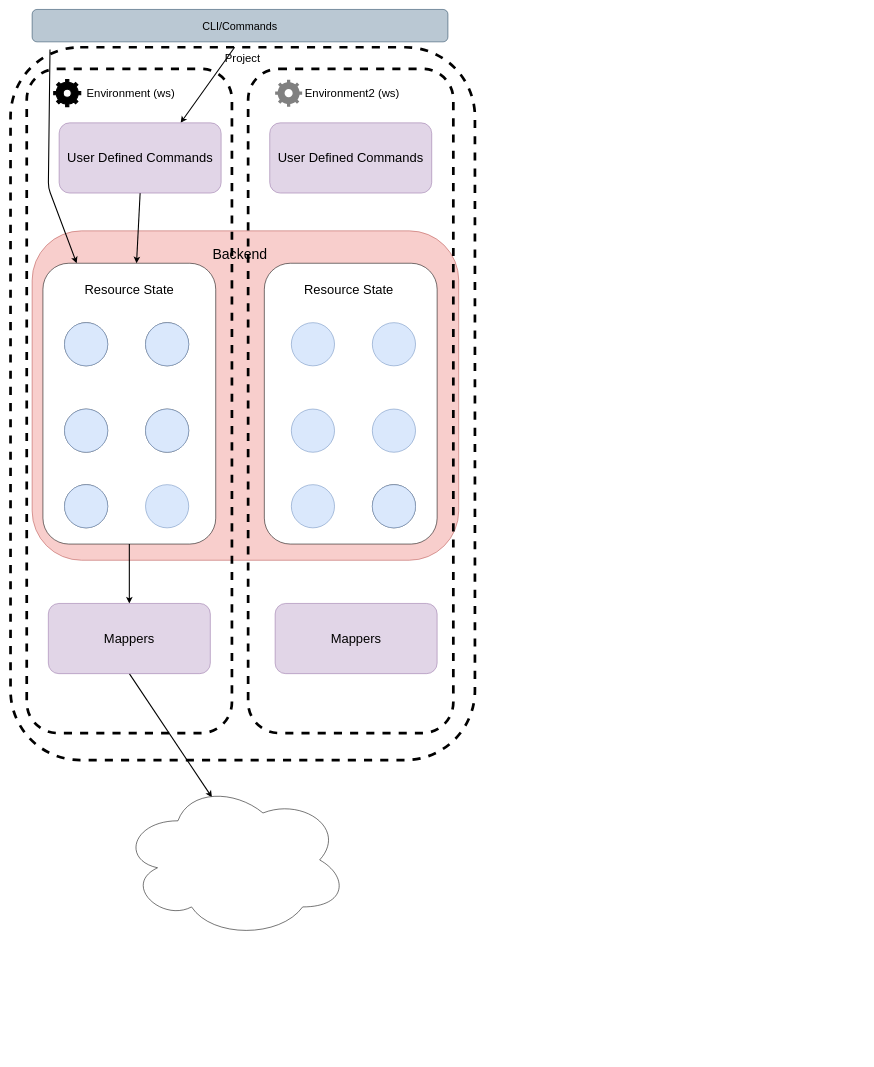
cdev-framework/cdev-sdk keeps this draw.io diagram as architecture/cdev.drawio. Above is the earlier version. Source tidied: cells renumbered, new cells numbered last; positions are measured from the earlier drawing's top-left corner, leaving out a move shared by most shapes. Both pictures are drawn from the tidied source at 54%, with x=0, y=0 at pixel (10, 9).
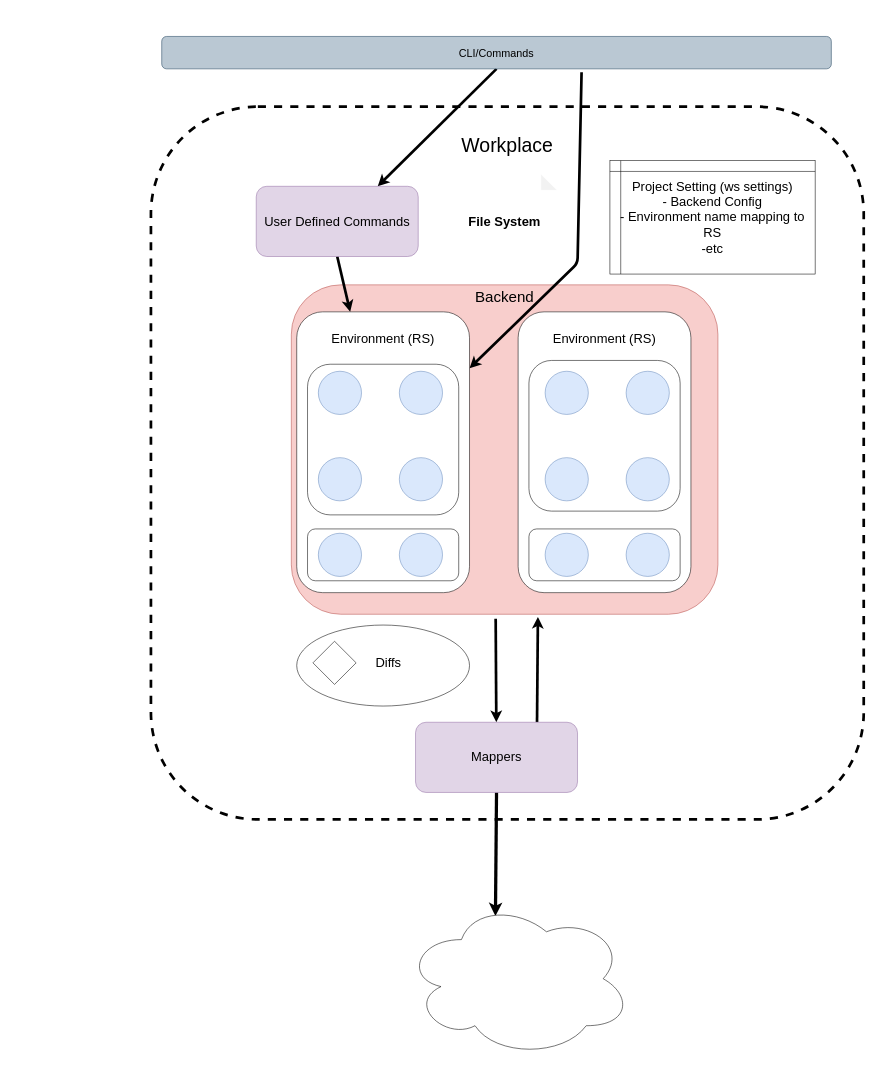
After the change.

Commit message (it also covers changes not shown here):
update architecture diagrams

The edit, as a diff of the source:
```diff
@@
-    <mxCell id="2" value="&lt;span style=&quot;font-size: 21px&quot;&gt;Project&lt;/span&gt;" style="rounded=1;whiteSpace=wrap;html=1;dashed=1;fillColor=none;strokeWidth=5;verticalAlign=top;align=center;" parent="1" vertex="1">
-      <mxGeometry y="70" width="860" height="1320" as="geometry" />
-    </mxCell>
+    <mxCell id="40" value="&lt;font style=&quot;font-size: 36px&quot;&gt;&lt;br&gt;Workplace&lt;/font&gt;" style="rounded=1;whiteSpace=wrap;html=1;dashed=1;fillColor=none;strokeWidth=5;verticalAlign=top;align=center;" parent="1" vertex="1">
+      <mxGeometry x="260" y="180" width="1320" height="1320" as="geometry" />
+    </mxCell>
+    <mxCell id="41" style="edgeStyle=none;html=1;exitX=0.479;exitY=1.014;exitDx=0;exitDy=0;fontSize=24;fontColor=#000000;strokeColor=#000000;strokeWidth=5;fontStyle=1;exitPerimeter=0;" parent="1" edge="1" source="39" target="55">
+      <mxGeometry relative="1" as="geometry" />
+    </mxCell>
+    <mxCell id="39" value="&lt;font color=&quot;#000000&quot; style=&quot;font-size: 28px;&quot;&gt;Backend&lt;/font&gt;" style="rounded=1;whiteSpace=wrap;html=1;glass=0;fontSize=28;fillColor=#f8cecc;strokeColor=#b85450;verticalAlign=top;" parent="1" vertex="1">
+      <mxGeometry x="520" y="510" width="790" height="610" as="geometry" />
+    </mxCell>
+    <mxCell id="42" style="edgeStyle=none;html=1;exitX=0.627;exitY=1.103;exitDx=0;exitDy=0;fontSize=24;fontColor=#000000;strokeWidth=5;strokeColor=#000000;exitPerimeter=0;fontStyle=1;" parent="1" edge="1" source="3" target="44">
+      <mxGeometry relative="1" as="geometry">
+        <Array as="points">
+          <mxPoint x="1050" y="470" />
+        </Array>
+      </mxGeometry>
+    </mxCell>
+    <mxCell id="43" style="edgeStyle=none;html=1;exitX=0.5;exitY=1;exitDx=0;exitDy=0;entryX=0.75;entryY=0;entryDx=0;entryDy=0;fontSize=24;fontColor=#000000;strokeColor=#000000;strokeWidth=5;fontStyle=1;" parent="1" edge="1" source="3" target="52">
+      <mxGeometry relative="1" as="geometry" />
+    </mxCell>
+    <mxCell id="44" value="&lt;font style=&quot;font-size: 24px&quot;&gt;&lt;br&gt;Environment (RS)&lt;br&gt;&lt;/font&gt;" style="rounded=1;whiteSpace=wrap;html=1;verticalAlign=top;" parent="1" vertex="1">
+      <mxGeometry x="530" y="560" width="320" height="520" as="geometry" />
+    </mxCell>
     <mxCell id="3" value="&lt;font style=&quot;font-size: 20px&quot;&gt;CLI/Commands&lt;/font&gt;" style="rounded=1;whiteSpace=wrap;html=1;verticalAlign=middle;fillColor=#bac8d3;strokeColor=#23445d;fontColor=#000000;" parent="1" vertex="1">
-      <mxGeometry x="40" width="770" height="60" as="geometry" />
+      <mxGeometry x="280" y="50" width="1240" height="60" as="geometry" />
     </mxCell>
-    <mxCell id="4" style="rounded=1;whiteSpace=wrap;html=1;glass=0;fontSize=28;fillColor=#f8cecc;strokeColor=#b85450;verticalAlign=top;" parent="1" vertex="1">
-      <mxGeometry x="40" y="410" width="790" height="610" as="geometry" />
-    </mxCell>
-    <mxCell id="5" value="&lt;span style=&quot;font-size: 21px&quot;&gt;&lt;br&gt;&amp;nbsp;Environment2 (ws)&lt;/span&gt;" style="rounded=1;whiteSpace=wrap;html=1;dashed=1;fillColor=none;strokeWidth=5;verticalAlign=top;align=center;" parent="1" vertex="1">
-      <mxGeometry x="440" y="110" width="380" height="1230" as="geometry" />
-    </mxCell>
-    <mxCell id="6" value="&lt;span style=&quot;font-size: 21px&quot;&gt;&lt;br&gt;&amp;nbsp;Environment (ws)&lt;/span&gt;" style="rounded=1;whiteSpace=wrap;html=1;dashed=1;fillColor=none;strokeWidth=5;verticalAlign=top;align=center;" parent="1" vertex="1">
-      <mxGeometry x="30" y="110" width="380" height="1230" as="geometry" />
-    </mxCell>
-    <mxCell id="7" style="edgeStyle=none;html=1;exitX=0.056;exitY=1.072;exitDx=0;exitDy=0;fontSize=24;fontColor=#000000;strokeWidth=2;strokeColor=#000000;exitPerimeter=0;" parent="1" edge="1" target="10">
-      <mxGeometry relative="1" as="geometry">
-        <mxPoint x="73.1" y="74.3" as="sourcePoint" />
-        <Array as="points">
-          <mxPoint x="70" y="330" />
-        </Array>
-      </mxGeometry>
-    </mxCell>
-    <mxCell id="8" style="edgeStyle=none;html=1;exitX=0.5;exitY=1;exitDx=0;exitDy=0;entryX=0.75;entryY=0;entryDx=0;entryDy=0;fontSize=24;fontColor=#000000;strokeColor=#000000;strokeWidth=2;" parent="1" edge="1" target="31">
-      <mxGeometry relative="1" as="geometry">
-        <mxPoint x="415" y="70" as="sourcePoint" />
-      </mxGeometry>
-    </mxCell>
-    <mxCell id="9" style="edgeStyle=none;html=1;exitX=0.5;exitY=1;exitDx=0;exitDy=0;fontSize=24;fontColor=#000000;strokeColor=#000000;strokeWidth=2;" parent="1" edge="1" source="10" target="33">
-      <mxGeometry relative="1" as="geometry" />
-    </mxCell>
-    <mxCell id="10" value="&lt;font style=&quot;font-size: 24px&quot;&gt;&lt;br&gt;Resource State&lt;/font&gt;" style="rounded=1;whiteSpace=wrap;html=1;verticalAlign=top;" parent="1" vertex="1">
-      <mxGeometry x="60" y="470" width="320" height="520" as="geometry" />
-    </mxCell>
-    <mxCell id="11" value="&lt;div&gt;&lt;span style=&quot;font-size: 24px&quot;&gt;&lt;br&gt;&lt;/span&gt;&lt;/div&gt;&lt;div&gt;&lt;span style=&quot;font-size: 24px&quot;&gt;Resource State&amp;nbsp;&lt;/span&gt;&lt;/div&gt;" style="rounded=1;whiteSpace=wrap;html=1;align=center;glass=0;horizontal=1;verticalAlign=top;" parent="1" vertex="1">
-      <mxGeometry x="470" y="470" width="320" height="520" as="geometry" />
-    </mxCell>
-    <mxCell id="12" style="ellipse;whiteSpace=wrap;html=1;strokeWidth=1;fillColor=#dae8fc;strokeColor=#6c8ebf;" parent="1" vertex="1">
-      <mxGeometry x="520" y="580" width="80" height="80" as="geometry" />
-    </mxCell>
-    <mxCell id="13" style="ellipse;whiteSpace=wrap;html=1;strokeWidth=1;fillColor=#dae8fc;strokeColor=#6c8ebf;" parent="1" vertex="1">
-      <mxGeometry x="670" y="580" width="80" height="80" as="geometry" />
-    </mxCell>
-    <mxCell id="14" style="ellipse;whiteSpace=wrap;html=1;strokeWidth=1;fillColor=#dae8fc;strokeColor=#6c8ebf;" parent="1" vertex="1">
-      <mxGeometry x="670" y="740" width="80" height="80" as="geometry" />
-    </mxCell>
-    <mxCell id="15" style="ellipse;whiteSpace=wrap;html=1;strokeWidth=1;fillColor=#dae8fc;strokeColor=#6c8ebf;" parent="1" vertex="1">
-      <mxGeometry x="520" y="740" width="80" height="80" as="geometry" />
-    </mxCell>
-    <mxCell id="16" style="ellipse;whiteSpace=wrap;html=1;strokeWidth=1;fillColor=#dae8fc;strokeColor=#6c8ebf;" parent="1" vertex="1">
-      <mxGeometry x="520" y="880" width="80" height="80" as="geometry" />
-    </mxCell>
-    <mxCell id="17" style="ellipse;whiteSpace=wrap;html=1;strokeWidth=1;" parent="1" vertex="1">
-      <mxGeometry x="670" y="880" width="80" height="80" as="geometry" />
-    </mxCell>
-    <mxCell id="18" style="ellipse;whiteSpace=wrap;html=1;strokeWidth=1;" parent="1" vertex="1">
-      <mxGeometry x="100" y="580" width="80" height="80" as="geometry" />
-    </mxCell>
-    <mxCell id="19" style="ellipse;whiteSpace=wrap;html=1;strokeWidth=1;" parent="1" vertex="1">
-      <mxGeometry x="250" y="580" width="80" height="80" as="geometry" />
-    </mxCell>
-    <mxCell id="20" style="ellipse;whiteSpace=wrap;html=1;strokeWidth=1;" parent="1" vertex="1">
-      <mxGeometry x="250" y="740" width="80" height="80" as="geometry" />
-    </mxCell>
-    <mxCell id="21" style="ellipse;whiteSpace=wrap;html=1;strokeWidth=1;" parent="1" vertex="1">
-      <mxGeometry x="100" y="740" width="80" height="80" as="geometry" />
-    </mxCell>
-    <mxCell id="22" style="ellipse;whiteSpace=wrap;html=1;strokeWidth=1;" parent="1" vertex="1">
-      <mxGeometry x="100" y="880" width="80" height="80" as="geometry" />
-    </mxCell>
-    <mxCell id="23" style="ellipse;whiteSpace=wrap;html=1;strokeWidth=1;fillColor=#dae8fc;strokeColor=#6c8ebf;" parent="1" vertex="1">
-      <mxGeometry x="250" y="880" width="80" height="80" as="geometry" />
-    </mxCell>
-    <mxCell id="24" style="ellipse;whiteSpace=wrap;html=1;strokeWidth=1;fillColor=#dae8fc;strokeColor=#6c8ebf;" parent="1" vertex="1">
-      <mxGeometry x="670" y="880" width="80" height="80" as="geometry" />
-    </mxCell>
-    <mxCell id="25" style="ellipse;whiteSpace=wrap;html=1;strokeWidth=1;fillColor=#dae8fc;strokeColor=#6c8ebf;" parent="1" vertex="1">
-      <mxGeometry x="100" y="580" width="80" height="80" as="geometry" />
-    </mxCell>
-    <mxCell id="26" style="ellipse;whiteSpace=wrap;html=1;strokeWidth=1;fillColor=#dae8fc;strokeColor=#6c8ebf;" parent="1" vertex="1">
-      <mxGeometry x="250" y="580" width="80" height="80" as="geometry" />
-    </mxCell>
-    <mxCell id="27" style="ellipse;whiteSpace=wrap;html=1;strokeWidth=1;fillColor=#dae8fc;strokeColor=#6c8ebf;" parent="1" vertex="1">
-      <mxGeometry x="250" y="740" width="80" height="80" as="geometry" />
-    </mxCell>
-    <mxCell id="28" style="ellipse;whiteSpace=wrap;html=1;strokeWidth=1;fillColor=#dae8fc;strokeColor=#6c8ebf;" parent="1" vertex="1">
-      <mxGeometry x="100" y="740" width="80" height="80" as="geometry" />
-    </mxCell>
-    <mxCell id="29" style="ellipse;whiteSpace=wrap;html=1;strokeWidth=1;fillColor=#dae8fc;strokeColor=#6c8ebf;" parent="1" vertex="1">
-      <mxGeometry x="100" y="880" width="80" height="80" as="geometry" />
-    </mxCell>
-    <mxCell id="30" style="edgeStyle=none;html=1;exitX=0.5;exitY=1;exitDx=0;exitDy=0;fontSize=24;fontColor=#000000;strokeColor=#000000;strokeWidth=2;" parent="1" edge="1" source="31" target="10">
-      <mxGeometry relative="1" as="geometry" />
-    </mxCell>
-    <mxCell id="31" value="User Defined Commands" style="rounded=1;whiteSpace=wrap;html=1;glass=0;fontSize=24;fillColor=#e1d5e7;strokeColor=#9673a6;fontColor=#000000;" parent="1" vertex="1">
-      <mxGeometry x="90" y="210" width="300" height="130" as="geometry" />
-    </mxCell>
-    <mxCell id="32" style="edgeStyle=none;html=1;exitX=0.5;exitY=1;exitDx=0;exitDy=0;entryX=0.4;entryY=0.1;entryDx=0;entryDy=0;entryPerimeter=0;fontSize=24;fontColor=#000000;strokeColor=#000000;strokeWidth=2;" parent="1" edge="1" source="33" target="34">
-      <mxGeometry relative="1" as="geometry" />
-    </mxCell>
-    <mxCell id="33" value="Mappers" style="rounded=1;whiteSpace=wrap;html=1;glass=0;fontSize=24;fillColor=#e1d5e7;strokeColor=#9673a6;fontColor=#000000;" parent="1" vertex="1">
-      <mxGeometry x="70" y="1100" width="300" height="130" as="geometry" />
-    </mxCell>
-    <mxCell id="34" style="ellipse;shape=cloud;whiteSpace=wrap;html=1;glass=0;fontSize=24;fontColor=#000000;fillColor=#FFFFFF;" parent="1" vertex="1">
-      <mxGeometry x="205" y="1430" width="420" height="290" as="geometry" />
-    </mxCell>
-    <mxCell id="35" style="html=1;verticalLabelPosition=bottom;align=center;labelBackgroundColor=#ffffff;verticalAlign=top;strokeWidth=2;strokeColor=#000000;shadow=0;dashed=0;shape=mxgraph.ios7.icons.settings;glass=0;fontSize=24;fontColor=#000000;fillColor=#000000;" parent="1" vertex="1">
-      <mxGeometry x="80" y="130" width="50" height="50" as="geometry" />
-    </mxCell>
-    <mxCell id="36" value="Mappers" style="rounded=1;whiteSpace=wrap;html=1;glass=0;fontSize=24;fillColor=#e1d5e7;strokeColor=#9673a6;fontColor=#000000;" parent="1" vertex="1">
-      <mxGeometry x="490" y="1100" width="300" height="130" as="geometry" />
-    </mxCell>
-    <mxCell id="37" value="User Defined Commands" style="rounded=1;whiteSpace=wrap;html=1;glass=0;fontSize=24;fillColor=#e1d5e7;strokeColor=#9673a6;fontColor=#000000;" parent="1" vertex="1">
-      <mxGeometry x="480" y="210" width="300" height="130" as="geometry" />
-    </mxCell>
-    <mxCell id="38" style="html=1;verticalLabelPosition=bottom;align=center;labelBackgroundColor=#ffffff;verticalAlign=top;strokeWidth=2;strokeColor=none;shadow=0;dashed=0;shape=mxgraph.ios7.icons.settings;glass=0;fontSize=24;fontColor=#000000;fillColor=#808080;" parent="1" vertex="1">
-      <mxGeometry x="490" y="130" width="50" height="50" as="geometry" />
-    </mxCell>
-    <mxCell id="39" value="Backend" style="text;html=1;strokeColor=none;fillColor=none;align=center;verticalAlign=middle;whiteSpace=wrap;rounded=0;fontSize=26;fontColor=#000000;" parent="1" vertex="1">
-      <mxGeometry x="395" y="439" width="60" height="30" as="geometry" />
-    </mxCell>
+    <mxCell id="45" value="&lt;div&gt;&lt;span style=&quot;font-size: 24px&quot;&gt;&lt;br&gt;&lt;/span&gt;&lt;/div&gt;&lt;div&gt;&lt;span style=&quot;font-size: 24px&quot;&gt;Environment (RS)&lt;/span&gt;&lt;/div&gt;" style="rounded=1;whiteSpace=wrap;html=1;align=center;glass=0;horizontal=1;verticalAlign=top;" parent="1" vertex="1">
+      <mxGeometry x="940" y="560" width="320" height="520" as="geometry" />
+    </mxCell>
+    <mxCell id="46" style="rounded=1;whiteSpace=wrap;html=1;fontSize=24;fillColor=#FFFFFF;" parent="1" vertex="1">
+      <mxGeometry x="550" y="657" width="280" height="279" as="geometry" />
+    </mxCell>
+    <mxCell id="47" style="ellipse;whiteSpace=wrap;html=1;strokeWidth=1;fillColor=#dae8fc;strokeColor=#6c8ebf;" parent="1" vertex="1">
+      <mxGeometry x="570" y="670" width="80" height="80" as="geometry" />
+    </mxCell>
+    <mxCell id="48" style="ellipse;whiteSpace=wrap;html=1;strokeWidth=1;fillColor=#dae8fc;strokeColor=#6c8ebf;" parent="1" vertex="1">
+      <mxGeometry x="720" y="670" width="80" height="80" as="geometry" />
+    </mxCell>
+    <mxCell id="49" style="ellipse;whiteSpace=wrap;html=1;strokeWidth=1;fillColor=#dae8fc;strokeColor=#6c8ebf;" parent="1" vertex="1">
+      <mxGeometry x="720" y="830" width="80" height="80" as="geometry" />
+    </mxCell>
+    <mxCell id="50" style="ellipse;whiteSpace=wrap;html=1;strokeWidth=1;fillColor=#dae8fc;strokeColor=#6c8ebf;" parent="1" vertex="1">
+      <mxGeometry x="570" y="830" width="80" height="80" as="geometry" />
+    </mxCell>
+    <mxCell id="51" style="edgeStyle=none;html=1;exitX=0.5;exitY=1;exitDx=0;exitDy=0;fontSize=24;fontColor=#000000;strokeColor=#000000;strokeWidth=5;fontStyle=1;" parent="1" edge="1" source="52" target="44">
+      <mxGeometry relative="1" as="geometry" />
+    </mxCell>
+    <mxCell id="52" value="User Defined Commands" style="rounded=1;whiteSpace=wrap;html=1;glass=0;fontSize=24;fillColor=#e1d5e7;strokeColor=#9673a6;fontColor=#000000;" parent="1" vertex="1">
+      <mxGeometry x="455" y="327.5" width="300" height="130" as="geometry" />
+    </mxCell>
+    <mxCell id="53" style="edgeStyle=none;html=1;exitX=0.5;exitY=1;exitDx=0;exitDy=0;entryX=0.4;entryY=0.1;entryDx=0;entryDy=0;entryPerimeter=0;fontSize=24;fontColor=#000000;strokeColor=#000000;strokeWidth=6;fontStyle=1;" parent="1" edge="1" source="55" target="56">
+      <mxGeometry relative="1" as="geometry" />
+    </mxCell>
+    <mxCell id="54" style="edgeStyle=none;html=1;exitX=0.75;exitY=0;exitDx=0;exitDy=0;entryX=0.578;entryY=1.008;entryDx=0;entryDy=0;entryPerimeter=0;fontSize=24;fontColor=#000000;strokeColor=#000000;strokeWidth=5;" parent="1" edge="1" source="55" target="39">
+      <mxGeometry relative="1" as="geometry" />
+    </mxCell>
+    <mxCell id="55" value="Mappers" style="rounded=1;whiteSpace=wrap;html=1;glass=0;fontSize=24;fillColor=#e1d5e7;strokeColor=#9673a6;fontColor=#000000;" parent="1" vertex="1">
+      <mxGeometry x="750" y="1320" width="300" height="130" as="geometry" />
+    </mxCell>
+    <mxCell id="56" style="ellipse;shape=cloud;whiteSpace=wrap;html=1;glass=0;fontSize=24;fontColor=#000000;fillColor=#FFFFFF;" parent="1" vertex="1">
+      <mxGeometry x="730" y="1650" width="420" height="290" as="geometry" />
+    </mxCell>
+    <mxCell id="57" style="rounded=1;whiteSpace=wrap;html=1;fontSize=24;fillColor=#FFFFFF;fontStyle=0;" parent="1" vertex="1">
+      <mxGeometry x="550" y="962" width="280" height="96" as="geometry" />
+    </mxCell>
+    <mxCell id="58" style="ellipse;whiteSpace=wrap;html=1;strokeWidth=1;fillColor=#dae8fc;strokeColor=#6c8ebf;" parent="1" vertex="1">
+      <mxGeometry x="720" y="970" width="80" height="80" as="geometry" />
+    </mxCell>
+    <mxCell id="59" style="ellipse;whiteSpace=wrap;html=1;strokeWidth=1;fillColor=#dae8fc;strokeColor=#6c8ebf;" parent="1" vertex="1">
+      <mxGeometry x="570" y="970" width="80" height="80" as="geometry" />
+    </mxCell>
+    <mxCell id="60" style="rounded=1;whiteSpace=wrap;html=1;fontSize=24;fillColor=#FFFFFF;" parent="1" vertex="1">
+      <mxGeometry x="960" y="650" width="280" height="279" as="geometry" />
+    </mxCell>
+    <mxCell id="61" style="rounded=1;whiteSpace=wrap;html=1;fontSize=24;fillColor=#FFFFFF;fontStyle=0;" parent="1" vertex="1">
+      <mxGeometry x="960" y="962" width="280" height="96" as="geometry" />
+    </mxCell>
+    <mxCell id="62" style="ellipse;whiteSpace=wrap;html=1;strokeWidth=1;fillColor=#dae8fc;strokeColor=#6c8ebf;" parent="1" vertex="1">
+      <mxGeometry x="990" y="670" width="80" height="80" as="geometry" />
+    </mxCell>
+    <mxCell id="63" style="ellipse;whiteSpace=wrap;html=1;strokeWidth=1;fillColor=#dae8fc;strokeColor=#6c8ebf;" parent="1" vertex="1">
+      <mxGeometry x="1140" y="670" width="80" height="80" as="geometry" />
+    </mxCell>
+    <mxCell id="64" style="ellipse;whiteSpace=wrap;html=1;strokeWidth=1;fillColor=#dae8fc;strokeColor=#6c8ebf;" parent="1" vertex="1">
+      <mxGeometry x="1140" y="830" width="80" height="80" as="geometry" />
+    </mxCell>
+    <mxCell id="65" style="ellipse;whiteSpace=wrap;html=1;strokeWidth=1;fillColor=#dae8fc;strokeColor=#6c8ebf;" parent="1" vertex="1">
+      <mxGeometry x="990" y="830" width="80" height="80" as="geometry" />
+    </mxCell>
+    <mxCell id="66" style="ellipse;whiteSpace=wrap;html=1;strokeWidth=1;fillColor=#dae8fc;strokeColor=#6c8ebf;" parent="1" vertex="1">
+      <mxGeometry x="990" y="970" width="80" height="80" as="geometry" />
+    </mxCell>
+    <mxCell id="67" style="ellipse;whiteSpace=wrap;html=1;strokeWidth=1;fillColor=#dae8fc;strokeColor=#6c8ebf;" parent="1" vertex="1">
+      <mxGeometry x="1140" y="970" width="80" height="80" as="geometry" />
+    </mxCell>
+    <mxCell id="68" value="&lt;b&gt;&lt;font color=&quot;#000000&quot;&gt;File System&lt;/font&gt;&lt;/b&gt;" style="shape=note;whiteSpace=wrap;html=1;backgroundOutline=1;darkOpacity=0.05;fontSize=24;fillColor=#FFFFFF;strokeColor=#FFFFFF;" parent="1" vertex="1">
+      <mxGeometry x="818" y="305" width="194" height="175" as="geometry" />
+    </mxCell>
+    <mxCell id="69" value="Project Setting (ws settings)&lt;br&gt;- Backend Config&lt;br&gt;- Environment name mapping to RS&lt;br&gt;-etc" style="shape=internalStorage;whiteSpace=wrap;html=1;backgroundOutline=1;fontSize=24;fontColor=#000000;strokeColor=#000000;fillColor=#FFFFFF;" parent="1" vertex="1">
+      <mxGeometry x="1110" y="280" width="380" height="210" as="geometry" />
+    </mxCell>
+    <mxCell id="70" style="group;" parent="1" vertex="1">
+      <mxGeometry x="530" y="1140" width="320" height="150" as="geometry" />
+    </mxCell>
+    <mxCell id="71" style="ellipse;whiteSpace=wrap;html=1;" parent="70" vertex="1">
+      <mxGeometry width="320" height="150" as="geometry" />
+    </mxCell>
+    <mxCell id="72" style="rhombus;whiteSpace=wrap;html=1;fillColor=#FFFFFF;" parent="70" vertex="1">
+      <mxGeometry x="30" y="30" width="80" height="80" as="geometry" />
+    </mxCell>
+    <mxCell id="73" value="&lt;font style=&quot;font-size: 24px&quot;&gt;Diffs&lt;/font&gt;" style="text;html=1;strokeColor=none;fillColor=none;align=center;verticalAlign=middle;whiteSpace=wrap;rounded=0;" parent="70" vertex="1">
+      <mxGeometry x="100" y="22.5" width="140" height="95" as="geometry" />
+    </mxCell>
```
